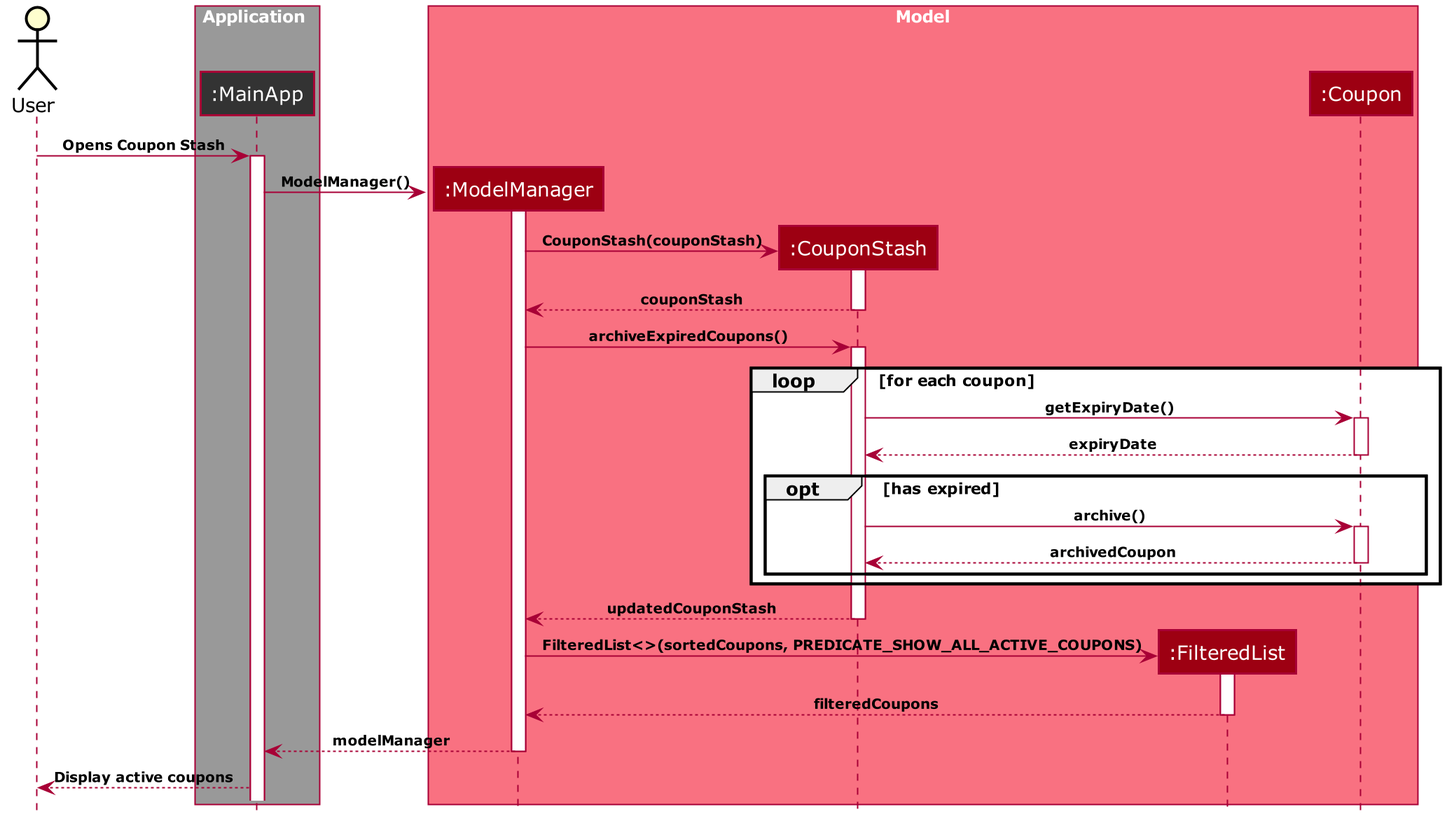
Above: docs/images/ArchiveExpiredSequenceDiagram.png in nus-cs2103-AY1920S2/addressbook-level3 (PlantUML), before the change. Its source is kept beside it as docs/diagrams/ArchiveExpiredSequenceDiagram.puml.
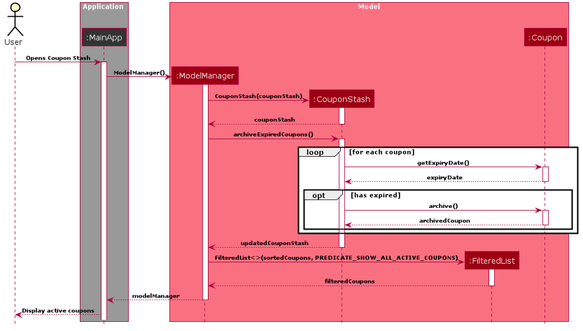
The same diagram one commit later.

Change to the diagram source:
```diff
@@ -18,11 +18,10 @@
 
 User -> MainApp: Opens Coupon Stash
 activate MainApp
-
-activate ModelManager
 create ModelManager
 
 MainApp -> ModelManager: ModelManager()
+activate ModelManager
 
 create CouponStash
 ModelManager -> CouponStash: CouponStash(couponStash)
```
